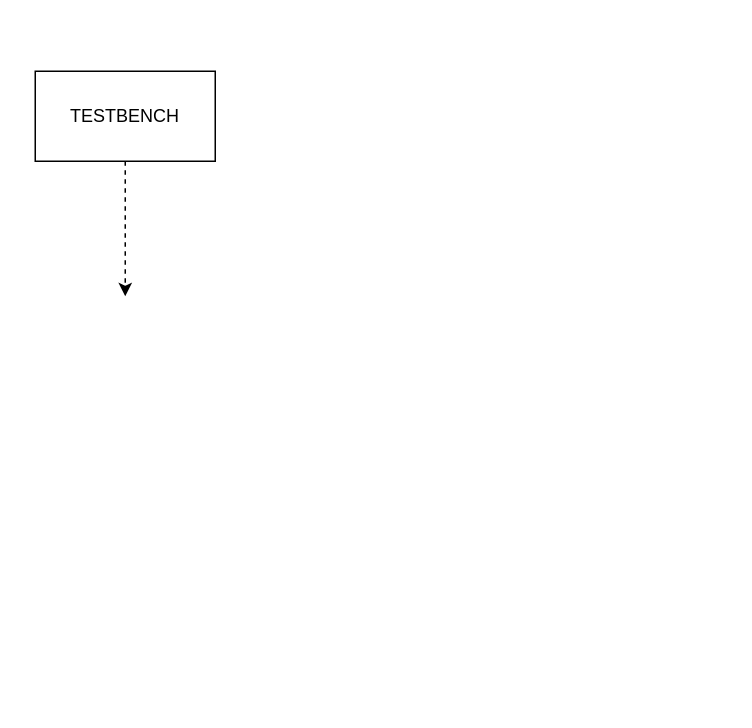
Lucas2408/ACSE keeps this draw.io diagram as ACSE.drawio. Above is the earlier version. Source tidied: cells renumbered, new cells numbered last; positions are measured from the earlier drawing's top-left corner, leaving out a move shared by most shapes. Both pictures are drawn from the tidied source at 150%, with x=0, y=0 at pixel (34, 70).
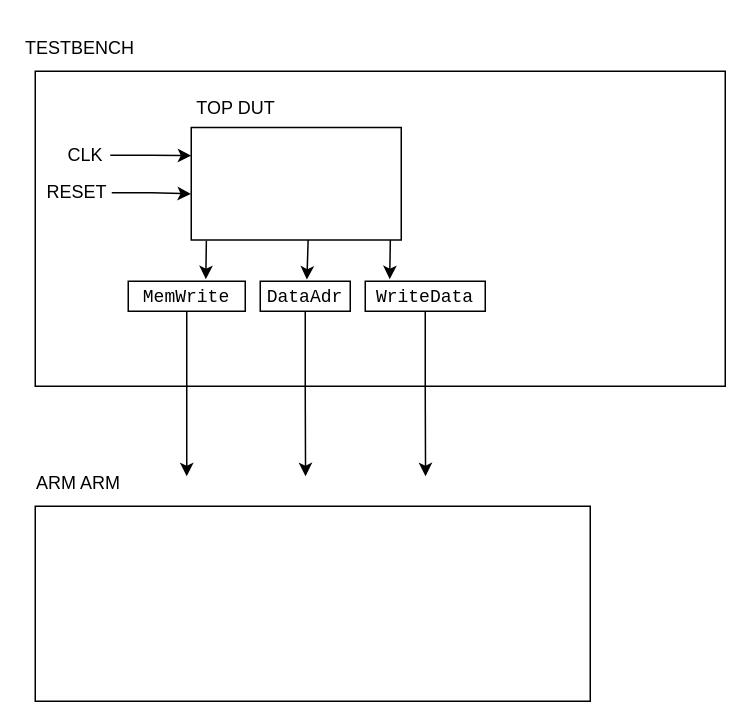
After the change.

The edit, as a diff of the source:
```diff
@@
-    <mxCell id="2" value="TESTBENCH" style="rounded=0;whiteSpace=wrap;html=1;" parent="1" vertex="1">
-      <mxGeometry width="120" height="60" as="geometry" />
+    <mxCell id="2" style="rounded=0;whiteSpace=wrap;html=1;align=left;" parent="1" vertex="1">
+      <mxGeometry width="460" height="210" as="geometry" />
     </mxCell>
-    <mxCell id="3" style="endArrow=classic;html=1;rounded=0;exitX=0.5;exitY=1;exitDx=0;exitDy=0;flowAnimation=1;dashed=1;startArrow=none;startFill=0;" parent="1" edge="1" source="2">
-      <mxGeometry relative="1" as="geometry">
-        <mxPoint x="60" y="150" as="targetPoint" />
-      </mxGeometry>
-    </mxCell>
+    <mxCell id="4" style="edgeStyle=orthogonalEdgeStyle;rounded=0;orthogonalLoop=1;jettySize=auto;html=1;exitX=0.614;exitY=0.997;exitDx=0;exitDy=0;entryX=0.652;entryY=0.044;entryDx=0;entryDy=0;exitPerimeter=0;entryPerimeter=0;" parent="1" edge="1">
+      <mxGeometry relative="1" as="geometry">
+        <mxPoint x="182" y="110.3" as="sourcePoint" />
+        <mxPoint x="181.1" y="138.9" as="targetPoint" />
+      </mxGeometry>
+    </mxCell>
+    <mxCell id="5" style="rounded=0;whiteSpace=wrap;html=1;" parent="1" vertex="1">
+      <mxGeometry x="104" y="37.5" width="140" height="75" as="geometry" />
+    </mxCell>
+    <mxCell id="6" value="TESTBENCH" style="text;html=1;align=center;verticalAlign=middle;whiteSpace=wrap;rounded=0;" parent="1" vertex="1">
+      <mxGeometry y="-30" width="60" height="30" as="geometry" />
+    </mxCell>
+    <mxCell id="7" style="rounded=0;whiteSpace=wrap;html=1;align=left;" parent="1" vertex="1">
+      <mxGeometry y="290" width="370" height="130" as="geometry" />
+    </mxCell>
+    <mxCell id="8" style="edgeStyle=orthogonalEdgeStyle;rounded=0;jettySize=auto;html=1;exitX=1;exitY=0.5;exitDx=0;exitDy=0;entryX=0;entryY=0.25;entryDx=0;entryDy=0;" parent="1" edge="1" source="9" target="5">
+      <mxGeometry relative="1" as="geometry" />
+    </mxCell>
+    <mxCell id="9" value="CLK" style="text;html=1;align=left;verticalAlign=middle;whiteSpace=wrap;rounded=0;" parent="1" vertex="1">
+      <mxGeometry x="20" y="41" width="30" height="30" as="geometry" />
+    </mxCell>
+    <mxCell id="10" value="TOP DUT" style="text;html=1;align=center;verticalAlign=middle;whiteSpace=wrap;rounded=0;" parent="1" vertex="1">
+      <mxGeometry x="104" y="10" width="60" height="30" as="geometry" />
+    </mxCell>
+    <mxCell id="11" value="RESET" style="text;html=1;align=left;verticalAlign=middle;whiteSpace=wrap;rounded=0;" parent="1" vertex="1">
+      <mxGeometry x="6" y="66" width="45" height="30" as="geometry" />
+    </mxCell>
+    <mxCell id="12" style="edgeStyle=orthogonalEdgeStyle;rounded=0;jettySize=auto;html=1;exitX=1;exitY=0.5;exitDx=0;exitDy=0;entryX=-0.001;entryY=0.59;entryDx=0;entryDy=0;entryPerimeter=0;" parent="1" edge="1" source="11" target="5">
+      <mxGeometry relative="1" as="geometry" />
+    </mxCell>
+    <mxCell id="13" style="edgeStyle=orthogonalEdgeStyle;rounded=0;jettySize=auto;html=1;exitX=0.072;exitY=1.006;exitDx=0;exitDy=0;entryX=0.663;entryY=-0.07;entryDx=0;entryDy=0;entryPerimeter=0;exitPerimeter=0;" parent="1" edge="1" source="5" target="16">
+      <mxGeometry relative="1" as="geometry" />
+    </mxCell>
+    <mxCell id="14" style="edgeStyle=orthogonalEdgeStyle;rounded=0;jettySize=auto;html=1;exitX=0.948;exitY=1;exitDx=0;exitDy=0;entryX=0.204;entryY=0.031;entryDx=0;entryDy=0;entryPerimeter=0;exitPerimeter=0;" parent="1" edge="1" source="5">
+      <mxGeometry relative="1" as="geometry">
+        <mxPoint x="236.3" y="138.6" as="targetPoint" />
+      </mxGeometry>
+    </mxCell>
+    <mxCell id="15" style="edgeStyle=orthogonalEdgeStyle;rounded=0;jettySize=auto;html=1;exitX=0.5;exitY=1;exitDx=0;exitDy=0;" parent="1" edge="1" source="16">
+      <mxGeometry relative="1" as="geometry">
+        <mxPoint x="101" y="270" as="targetPoint" />
+      </mxGeometry>
+    </mxCell>
+    <mxCell id="16" value="&lt;span style=&quot;font-family: monospace; text-align: left;&quot;&gt;MemWrite&lt;/span&gt;" style="rounded=0;whiteSpace=wrap;html=1;" parent="1" vertex="1">
+      <mxGeometry x="62" y="140" width="78" height="20" as="geometry" />
+    </mxCell>
+    <mxCell id="17" style="edgeStyle=orthogonalEdgeStyle;rounded=0;jettySize=auto;html=1;exitX=0.5;exitY=1;exitDx=0;exitDy=0;" parent="1" edge="1" source="18">
+      <mxGeometry relative="1" as="geometry">
+        <mxPoint x="180.2" y="270" as="targetPoint" />
+      </mxGeometry>
+    </mxCell>
+    <mxCell id="18" value="&lt;span style=&quot;font-family: monospace; text-align: left;&quot;&gt;DataAdr&lt;/span&gt;" style="rounded=0;whiteSpace=wrap;html=1;" parent="1" vertex="1">
+      <mxGeometry x="150" y="140" width="60" height="20" as="geometry" />
+    </mxCell>
+    <mxCell id="19" style="edgeStyle=orthogonalEdgeStyle;rounded=0;jettySize=auto;html=1;exitX=0.5;exitY=1;exitDx=0;exitDy=0;" parent="1" edge="1" source="20">
+      <mxGeometry relative="1" as="geometry">
+        <mxPoint x="260.2" y="270" as="targetPoint" />
+      </mxGeometry>
+    </mxCell>
+    <mxCell id="20" value="&lt;span style=&quot;font-family: monospace; text-align: left;&quot;&gt;WriteData&lt;/span&gt;" style="rounded=0;whiteSpace=wrap;html=1;" parent="1" vertex="1">
+      <mxGeometry x="220" y="140" width="80" height="20" as="geometry" />
+    </mxCell>
+    <mxCell id="21" value="ARM ARM" style="text;html=1;align=center;verticalAlign=middle;whiteSpace=wrap;rounded=0;" parent="1" vertex="1">
+      <mxGeometry x="-1.5" y="260" width="60" height="30" as="geometry" />
+    </mxCell>
```
